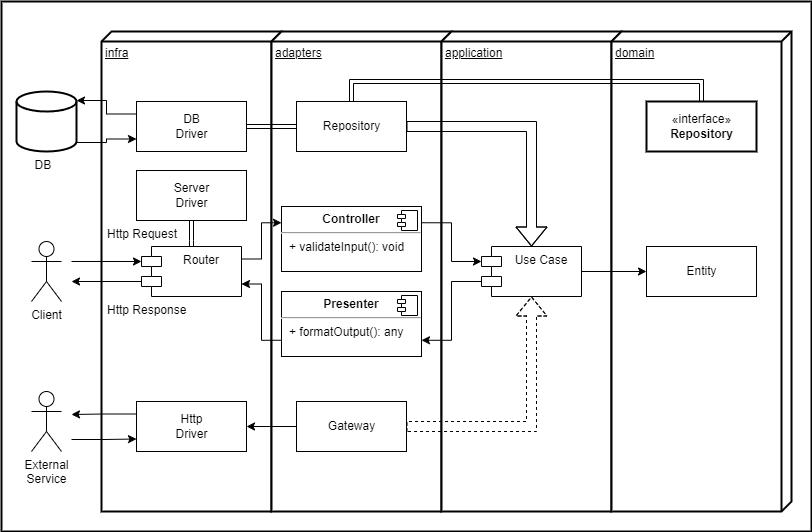
Above: docs/clean-arch.png in deaobruno/clean-arch-ts (draw.io), before the change. Source tidied: cells renumbered, new cells last; positions are measured from the earlier drawing's top-left corner, leaving out a move shared by most shapes.
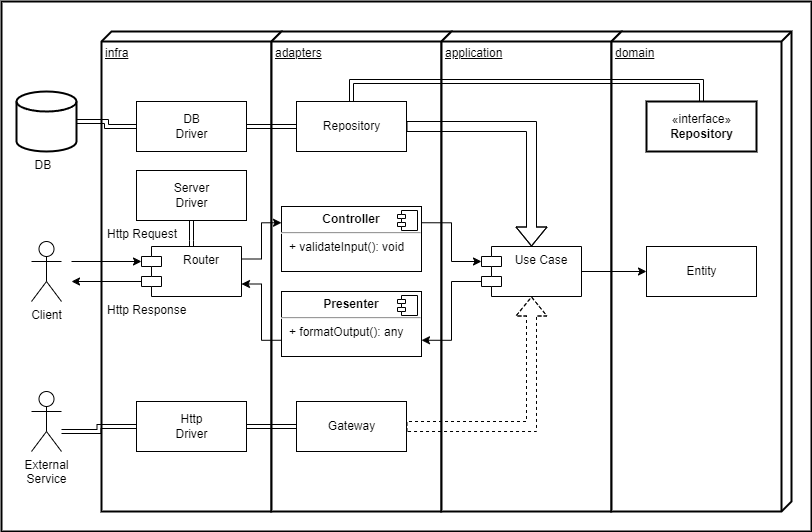
Later version of the same file.

Change to the diagram source:
```diff
@@ -41,11 +41,6 @@
     <mxCell id="14" value="DB&lt;br&gt;Driver" style="html=1;" parent="3" vertex="1">
       <mxGeometry x="35" y="70" width="110" height="50" as="geometry" />
     </mxCell>
-    <mxCell id="15" style="edgeStyle=orthogonalEdgeStyle;rounded=0;jettySize=auto;html=1;exitX=0;exitY=0.25;exitDx=0;exitDy=0;" parent="3" edge="1" source="16">
-      <mxGeometry relative="1" as="geometry">
-        <mxPoint x="-30" y="383" as="targetPoint" />
-      </mxGeometry>
-    </mxCell>
     <mxCell id="16" value="Http&lt;br&gt;Driver" style="html=1;" parent="3" vertex="1">
       <mxGeometry x="35" y="370" width="110" height="50" as="geometry" />
     </mxCell>
@@ -98,7 +93,7 @@
     <mxCell id="31" value="Entity" style="html=1;" parent="3" vertex="1">
       <mxGeometry x="545" y="215" width="110" height="50" as="geometry" />
     </mxCell>
-    <mxCell id="32" style="edgeStyle=orthogonalEdgeStyle;rounded=0;jettySize=auto;html=1;exitX=0;exitY=0.5;exitDx=0;exitDy=0;entryX=1;entryY=0.5;entryDx=0;entryDy=0;" parent="3" edge="1" source="33" target="16">
+    <mxCell id="32" style="edgeStyle=orthogonalEdgeStyle;shape=link;rounded=0;jettySize=auto;html=1;exitX=0;exitY=0.5;exitDx=0;exitDy=0;entryX=1;entryY=0.5;entryDx=0;entryDy=0;strokeWidth=1;" parent="3" edge="1" source="33" target="16">
       <mxGeometry relative="1" as="geometry" />
     </mxCell>
     <mxCell id="33" value="Gateway" style="html=1;" parent="3" vertex="1">
@@ -120,11 +115,6 @@
         <mxPoint x="70" y="280" as="targetPoint" />
       </mxGeometry>
     </mxCell>
-    <mxCell id="38" style="edgeStyle=orthogonalEdgeStyle;rounded=0;jettySize=auto;html=1;entryX=0;entryY=0.75;entryDx=0;entryDy=0;" parent="1" edge="1" target="16">
-      <mxGeometry relative="1" as="geometry">
-        <mxPoint x="70" y="438" as="sourcePoint" />
-      </mxGeometry>
-    </mxCell>
     <mxCell id="39" value="External&lt;br&gt;Service" style="shape=umlActor;verticalLabelPosition=bottom;verticalAlign=top;html=1;" parent="1" vertex="1">
       <mxGeometry x="30" y="390" width="30" height="60" as="geometry" />
     </mxCell>
@@ -137,11 +127,13 @@
     <mxCell id="42" value="DB" style="text;strokeColor=none;fillColor=none;align=left;verticalAlign=top;spacingLeft=4;spacingRight=4;overflow=hidden;" parent="40" vertex="1">
       <mxGeometry x="12.5" y="60" width="35" height="26" as="geometry" />
     </mxCell>
-    <mxCell id="43" style="edgeStyle=orthogonalEdgeStyle;rounded=0;jettySize=auto;html=1;exitX=0;exitY=0.25;exitDx=0;exitDy=0;entryX=1;entryY=0.15;entryDx=0;entryDy=0;entryPerimeter=0;" parent="1" edge="1" source="14" target="41">
+    <mxCell id="43" style="edgeStyle=orthogonalEdgeStyle;shape=link;rounded=0;jettySize=auto;html=1;exitX=0;exitY=0.5;exitDx=0;exitDy=0;entryX=1;entryY=0.5;entryDx=0;entryDy=0;entryPerimeter=0;strokeWidth=1;" parent="1" edge="1" source="14" target="41">
       <mxGeometry relative="1" as="geometry" />
     </mxCell>
-    <mxCell id="44" style="edgeStyle=orthogonalEdgeStyle;rounded=0;jettySize=auto;html=1;exitX=1;exitY=0.85;exitDx=0;exitDy=0;exitPerimeter=0;entryX=0;entryY=0.75;entryDx=0;entryDy=0;" parent="1" edge="1" source="41" target="14">
-      <mxGeometry relative="1" as="geometry" />
-    </mxCell>
+    <mxCell id="45" style="edgeStyle=orthogonalEdgeStyle;shape=link;rounded=0;jettySize=auto;html=1;exitX=0;exitY=0.5;exitDx=0;exitDy=0;strokeWidth=1;" parent="1" edge="1" source="16">
+      <mxGeometry relative="1" as="geometry">
+        <mxPoint x="60" y="430" as="targetPoint" />
+      </mxGeometry>
+    </mxCell>
   </root>
 </mxGraphModel>
```
